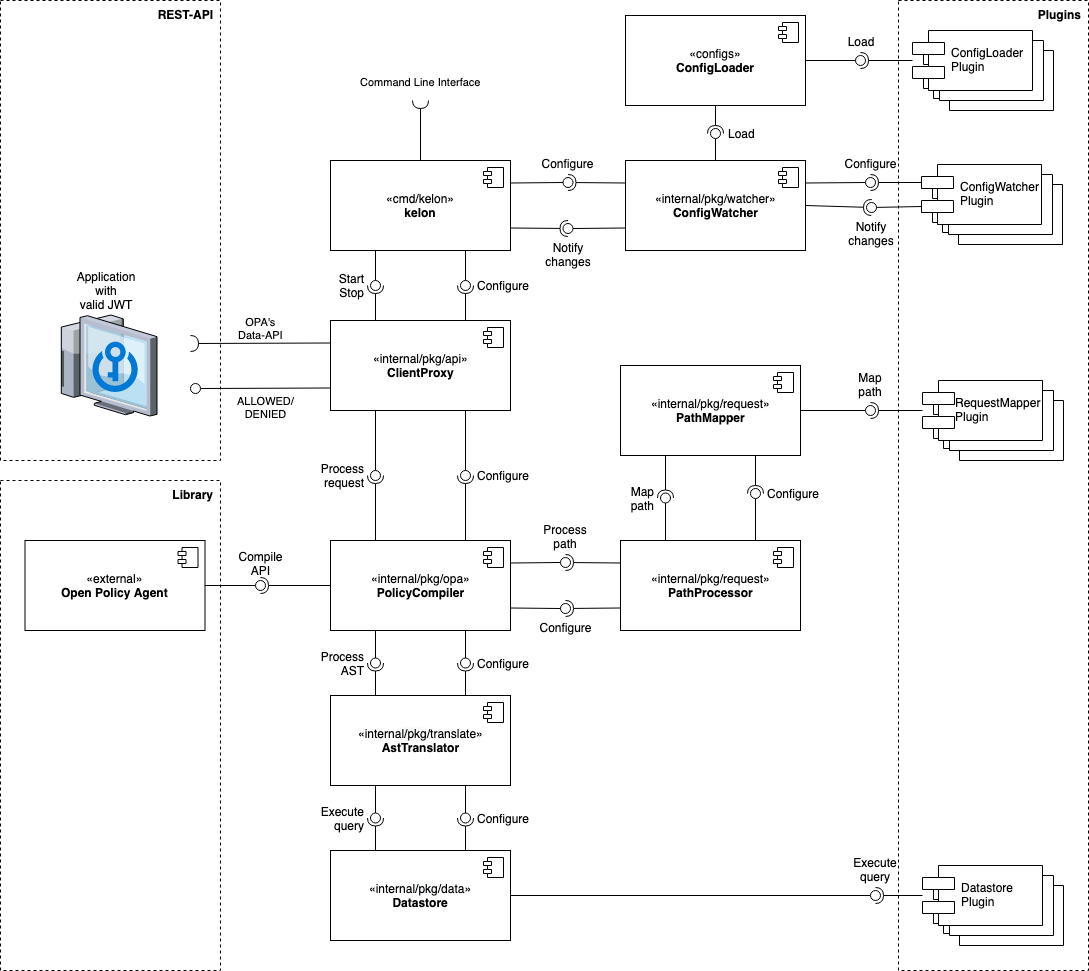
Above: docs/img/kelon/architecture/Components.png in unbasical/kelon-docs (draw.io), before the change. Source tidied: cells renumbered, new cells last; positions are measured from the earlier drawing's top-left corner, leaving out a move shared by most shapes.
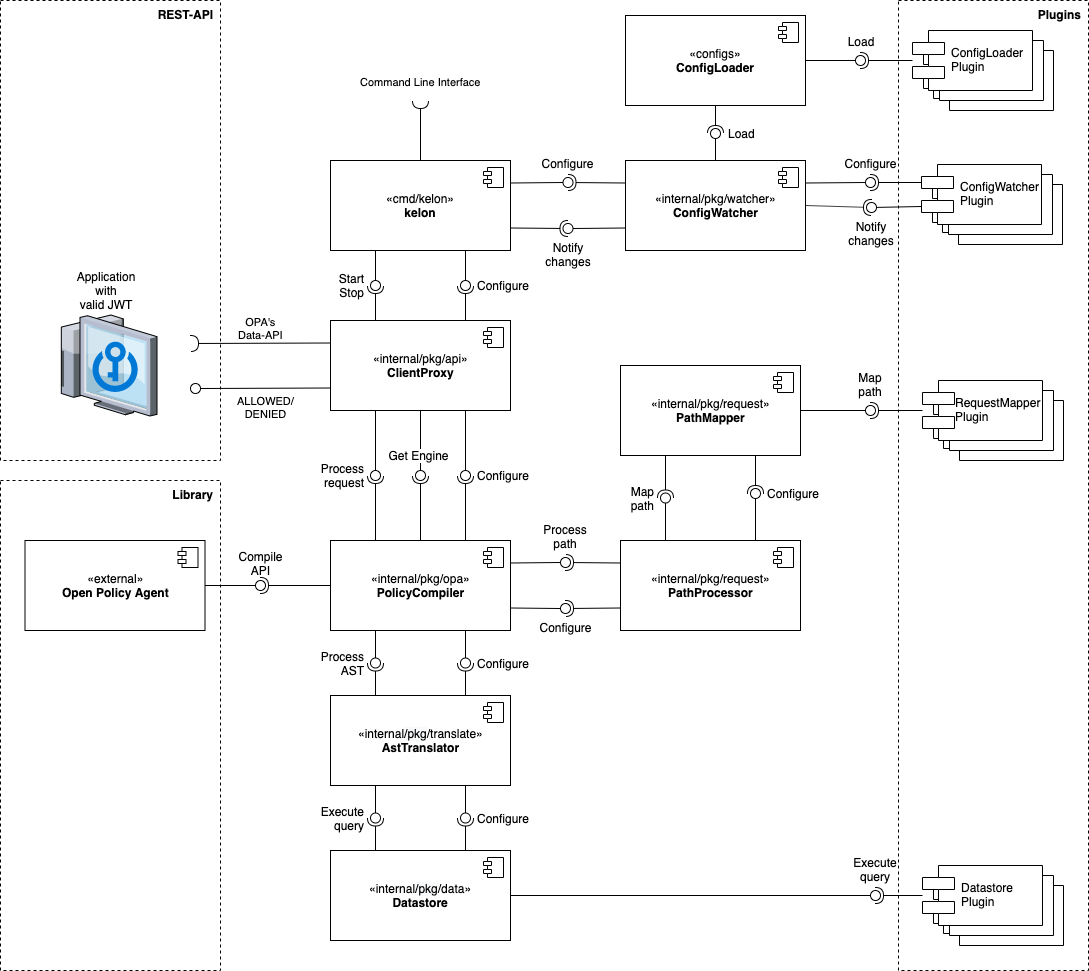
Later version of the same file.

Commit message:
Updated Components-Diagram

Change to the diagram source:
```diff
@@ -354,5 +354,14 @@
     <mxCell id="110" value="Configure" style="ellipse;whiteSpace=wrap;html=1;fontFamily=Helvetica;fontSize=12;fontColor=#000000;align=left;strokeColor=#000000;fillColor=#ffffff;points=[];labelPosition=right;verticalLabelPosition=middle;verticalAlign=middle;spacingLeft=4;" parent="1" vertex="1">
       <mxGeometry x="750" y="488" width="10" height="10" as="geometry" />
     </mxCell>
+    <mxCell id="111" style="rounded=0;jettySize=auto;html=1;endArrow=none;endFill=0;exitX=0.5;exitY=1;exitDx=0;exitDy=0;" parent="1" edge="1" source="34" target="113">
+      <mxGeometry relative="1" as="geometry" />
+    </mxCell>
+    <mxCell id="112" style="rounded=0;jettySize=auto;html=1;endArrow=halfCircle;endFill=0;entryX=0.5;entryY=0.5;entryDx=0;entryDy=0;endSize=6;strokeWidth=1;exitX=0.5;exitY=0;exitDx=0;exitDy=0;" parent="1" edge="1" source="65" target="113">
+      <mxGeometry relative="1" as="geometry" />
+    </mxCell>
+    <mxCell id="113" value="Get Engine" style="ellipse;whiteSpace=wrap;html=1;fontFamily=Helvetica;fontSize=12;fontColor=#000000;align=center;strokeColor=#000000;fillColor=#ffffff;points=[];labelPosition=center;verticalLabelPosition=top;verticalAlign=bottom;spacingRight=4;labelBackgroundColor=#ffffff;spacingBottom=5;" parent="1" vertex="1">
+      <mxGeometry x="415" y="470" width="10" height="10" as="geometry" />
+    </mxCell>
   </root>
 </mxGraphModel>
```
